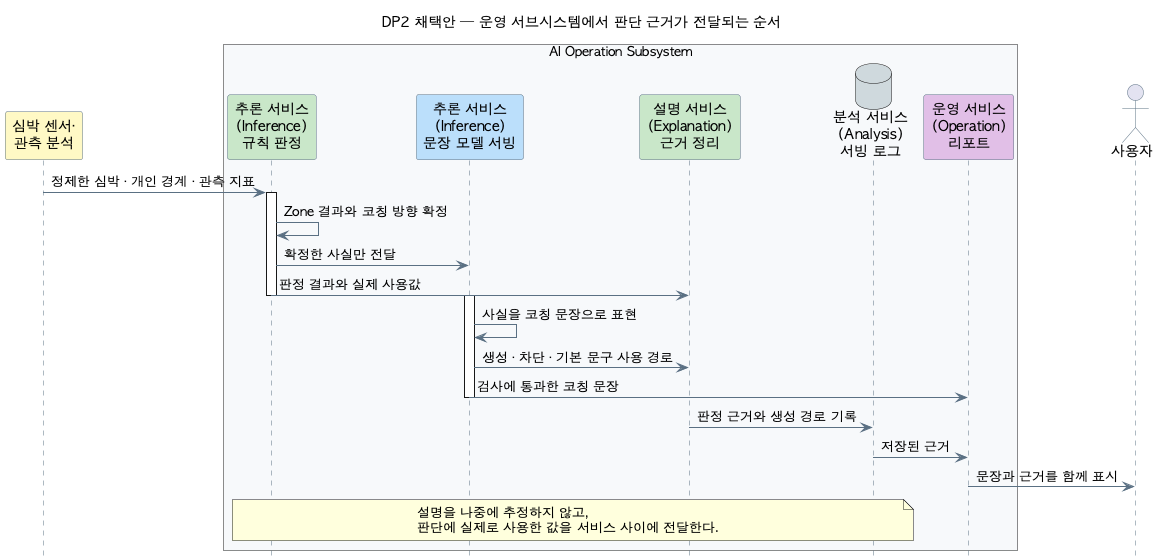
Earlier version of the PlantUML export arch/dp/dp-01-explainability/images/dp-01-explainability-detail.png (tenyearslove/zone2runner).
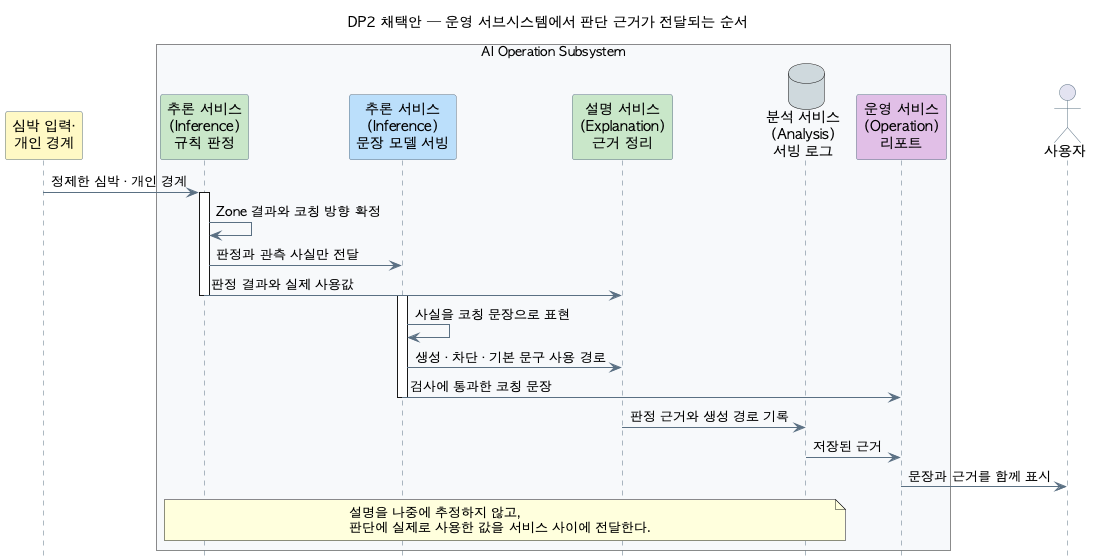
The same file after the commit.

Diff of the diagram source:
```diff
@@ -1,4 +1,5 @@
 @startuml
+!pragma layout smetana
 title DP2 채택안 — 운영 서브시스템에서 판단 근거가 전달되는 순서
 
 skinparam defaultFontName "AppleGothic"
@@ -12,7 +13,7 @@
   ActorBorderColor #5B7083
 }
 
-participant "심박 센서·\n관측 분석" as INPUT #FFF9C4
+participant "심박 입력·\n개인 경계" as INPUT #FFF9C4
 
 box "AI Operation Subsystem" #F7F9FB
 participant "추론 서비스\n(Inference)\n규칙 판정" as DECISION #C8E6C9
@@ -24,10 +25,10 @@
 
 actor "사용자" as USER
 
-INPUT -> DECISION : 정제한 심박 · 개인 경계 · 관측 지표
+INPUT -> DECISION : 정제한 심박 · 개인 경계
 activate DECISION
 DECISION -> DECISION : Zone 결과와 코칭 방향 확정
-DECISION -> WORDS : 확정한 사실만 전달
+DECISION -> WORDS : 판정과 관측 사실만 전달
 DECISION -> EXPLAIN : 판정 결과와 실제 사용값
 deactivate DECISION
 
```
